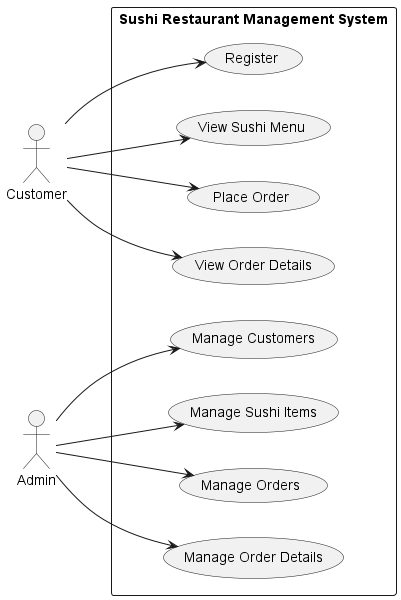
Above: docs/UseCase_SushiRestaurant.png in takahashidan85/sushi-restaurant-management (PlantUML), before the change. Source of this version:
```plantuml
@startuml UseCase_SushiRestaurant

left to right direction
actor "Customer" as C
actor "Admin" as A

rectangle "Sushi Restaurant Management System" {

  (Register) as UC1
  (View Sushi Menu) as UC2
  (Place Order) as UC3
  (View Order Details) as UC4

  (Manage Customers) as UC5
  (Manage Sushi Items) as UC6
  (Manage Orders) as UC7
  (Manage Order Details) as UC8
}

C --> UC1
C --> UC2
C --> UC3
C --> UC4

A --> UC5
A --> UC6
A --> UC7
A --> UC8

@enduml
```
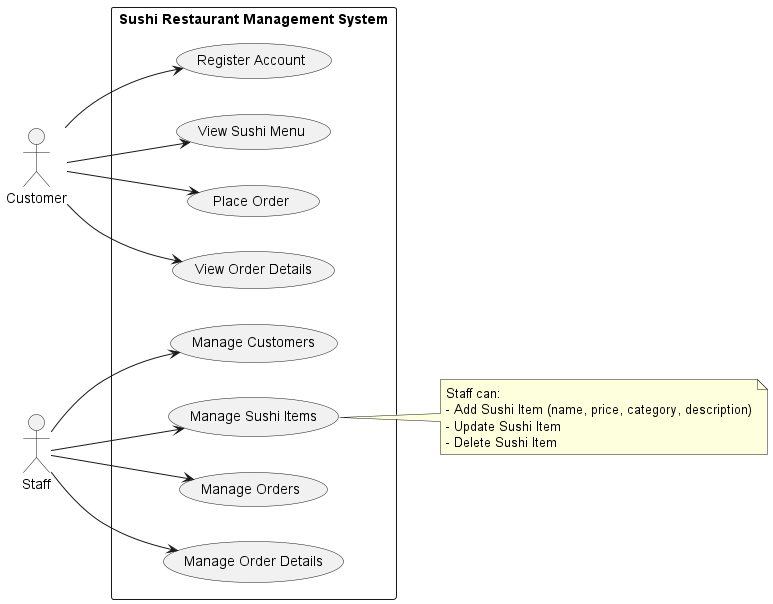
The same file after the commit.

What changed in the source:
```diff
@@ -2,11 +2,11 @@
 
 left to right direction
 actor "Customer" as C
-actor "Admin" as A
+actor "Staff" as S
 
 rectangle "Sushi Restaurant Management System" {
 
-  (Register) as UC1
+  (Register Account) as UC1
   (View Sushi Menu) as UC2
   (Place Order) as UC3
   (View Order Details) as UC4
@@ -22,9 +22,16 @@
 C --> UC3
 C --> UC4
 
-A --> UC5
-A --> UC6
-A --> UC7
-A --> UC8
+S --> UC5
+S --> UC6
+S --> UC7
+S --> UC8
+
+note right of UC6
+  Staff can:
+  - Add Sushi Item (name, price, category, description)
+  - Update Sushi Item
+  - Delete Sushi Item
+end note
 
 @enduml
```
